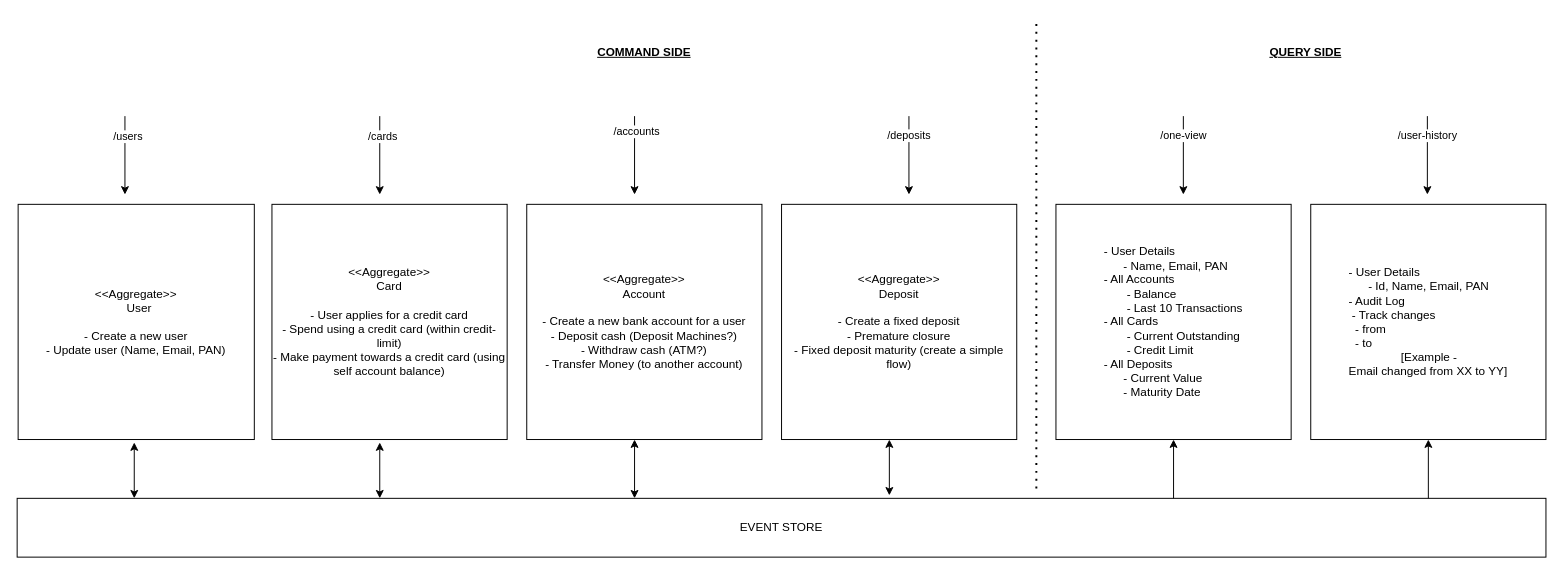
The draw.io diagram flow.drawio in ishansoni22/banking-service, before the edit. Source tidied: cells renumbered, new cells numbered last; positions are measured from the earlier drawing's top-left corner, leaving out a move shared by most shapes. Both pictures are drawn from the tidied source at 98%, with x=0, y=0 at pixel (17, 18).
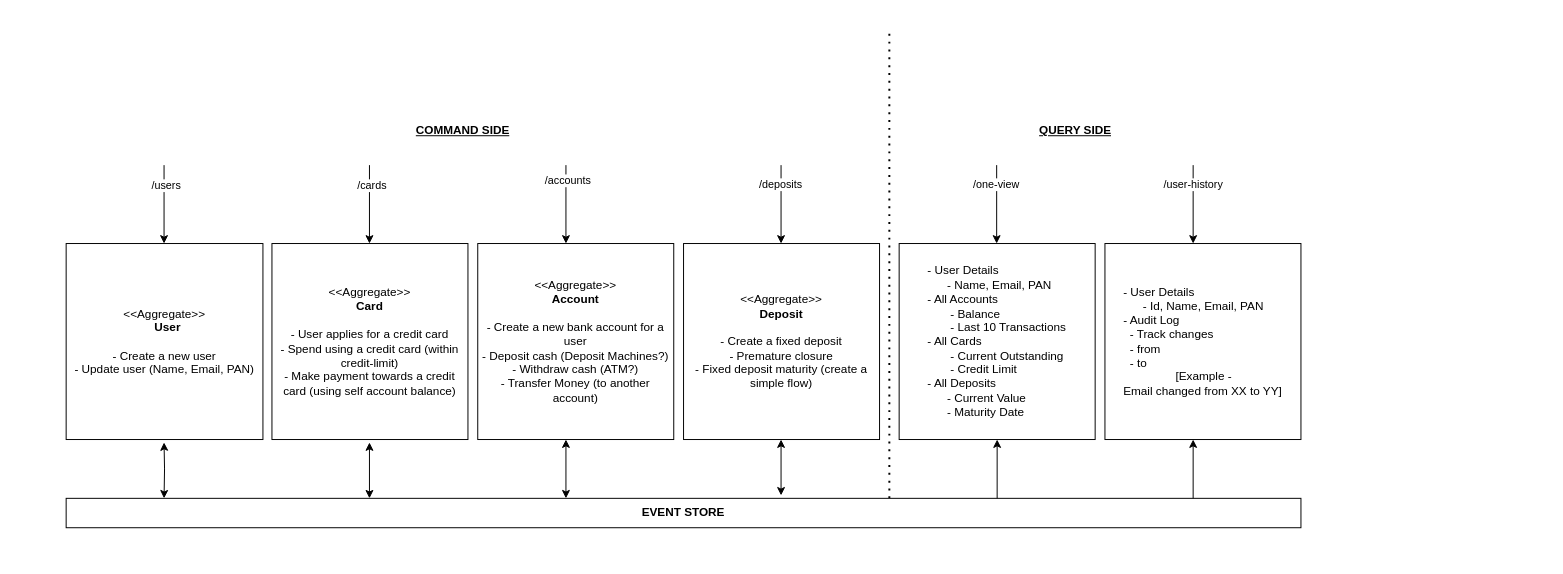
The same page after the edit.

Diff of the diagram source:
```diff
@@
     <mxCell id="2" style="endArrow=none;dashed=1;html=1;dashPattern=1 3;strokeWidth=2;rounded=0;" parent="1" edge="1">
       <mxGeometry relative="1" as="geometry">
-        <mxPoint x="1040" y="480" as="sourcePoint" />
-        <mxPoint x="1040" as="targetPoint" />
+        <mxPoint x="890" y="490" as="sourcePoint" />
+        <mxPoint x="890" y="10" as="targetPoint" />
       </mxGeometry>
     </mxCell>
-    <mxCell id="3" value="&lt;div align=&quot;center&quot;&gt;&amp;lt;&amp;lt;Aggregate&amp;gt;&amp;gt;&lt;/div&gt;&lt;div align=&quot;center&quot;&gt;Card&lt;/div&gt;&lt;div align=&quot;center&quot;&gt;&lt;br&gt;&lt;/div&gt;&lt;div align=&quot;center&quot;&gt;- User applies for a credit card&lt;br&gt;&lt;/div&gt;&lt;div align=&quot;center&quot;&gt;- Spend using a credit card (within credit-limit)&lt;/div&gt;&lt;div align=&quot;center&quot;&gt;- Make payment towards a credit card (using self account balance)&lt;br&gt;&lt;/div&gt;" style="whiteSpace=wrap;html=1;align=center;" parent="1" vertex="1">
-      <mxGeometry x="260" y="190" width="240" height="240" as="geometry" />
+    <mxCell id="3" value="&lt;div align=&quot;center&quot;&gt;&amp;lt;&amp;lt;Aggregate&amp;gt;&amp;gt;&lt;/div&gt;&lt;div align=&quot;center&quot;&gt;&lt;b&gt;Card&lt;/b&gt;&lt;/div&gt;&lt;div align=&quot;center&quot;&gt;&lt;br&gt;&lt;/div&gt;&lt;div align=&quot;center&quot;&gt;- User applies for a credit card&lt;br&gt;&lt;/div&gt;&lt;div align=&quot;center&quot;&gt;- Spend using a credit card (within credit-limit)&lt;/div&gt;&lt;div align=&quot;center&quot;&gt;- Make payment towards a credit card (using self account balance)&lt;br&gt;&lt;/div&gt;" style="whiteSpace=wrap;html=1;align=center;" parent="1" vertex="1">
+      <mxGeometry x="260" y="230" width="200" height="200" as="geometry" />
     </mxCell>
-    <mxCell id="4" value="&lt;div&gt;&amp;lt;&amp;lt;Aggregate&amp;gt;&amp;gt;&lt;/div&gt;&lt;div&gt;Account&lt;br&gt;&lt;/div&gt;&lt;div&gt;&lt;br&gt;&lt;/div&gt;&lt;div&gt;- Create a new bank account for a user&lt;br&gt;&lt;/div&gt;&lt;div&gt;- Deposit cash (Deposit Machines?)&lt;br&gt;&lt;/div&gt;&lt;div&gt;- Withdraw cash (ATM?)&lt;/div&gt;&lt;div&gt;- Transfer Money (to another account)&lt;br&gt;&lt;/div&gt;" style="whiteSpace=wrap;html=1;" parent="1" vertex="1">
-      <mxGeometry x="520" y="190" width="240" height="240" as="geometry" />
+    <mxCell id="4" value="&lt;div&gt;&amp;lt;&amp;lt;Aggregate&amp;gt;&amp;gt;&lt;/div&gt;&lt;div&gt;&lt;b&gt;Account&lt;/b&gt;&lt;br&gt;&lt;/div&gt;&lt;div&gt;&lt;br&gt;&lt;/div&gt;&lt;div&gt;- Create a new bank account for a user&lt;br&gt;&lt;/div&gt;&lt;div&gt;- Deposit cash (Deposit Machines?)&lt;br&gt;&lt;/div&gt;&lt;div&gt;- Withdraw cash (ATM?)&lt;/div&gt;&lt;div&gt;- Transfer Money (to another account)&lt;br&gt;&lt;/div&gt;" style="whiteSpace=wrap;html=1;" parent="1" vertex="1">
+      <mxGeometry x="470" y="230" width="200" height="200" as="geometry" />
     </mxCell>
-    <mxCell id="5" value="&lt;div&gt;&amp;lt;&amp;lt;Aggregate&amp;gt;&amp;gt;&lt;/div&gt;&lt;div&gt;Deposit&lt;br&gt;&lt;/div&gt;&lt;div&gt;&lt;br&gt;&lt;/div&gt;&lt;div&gt;- Create a fixed deposit&lt;br&gt;&lt;/div&gt;&lt;div&gt;- Premature closure&lt;/div&gt;&lt;div&gt;- Fixed deposit maturity (create a simple flow)&lt;br&gt;&lt;/div&gt;" style="whiteSpace=wrap;html=1;" parent="1" vertex="1">
-      <mxGeometry x="780" y="190" width="240" height="240" as="geometry" />
+    <mxCell id="5" value="&lt;div&gt;&amp;lt;&amp;lt;Aggregate&amp;gt;&amp;gt;&lt;/div&gt;&lt;div&gt;&lt;b&gt;Deposit&lt;/b&gt;&lt;br&gt;&lt;/div&gt;&lt;div&gt;&lt;br&gt;&lt;/div&gt;&lt;div&gt;- Create a fixed deposit&lt;br&gt;&lt;/div&gt;&lt;div&gt;- Premature closure&lt;/div&gt;&lt;div&gt;- Fixed deposit maturity (create a simple flow)&lt;br&gt;&lt;/div&gt;" style="whiteSpace=wrap;html=1;" parent="1" vertex="1">
+      <mxGeometry x="680" y="230" width="200" height="200" as="geometry" />
     </mxCell>
     <mxCell id="6" value="&lt;u&gt;COMMAND SIDE&lt;/u&gt;" style="text;html=1;strokeColor=none;fillColor=none;align=center;verticalAlign=middle;whiteSpace=wrap;rounded=0;fontStyle=1;" parent="1" vertex="1">
-      <mxGeometry x="575" y="20" width="130" height="30" as="geometry" />
+      <mxGeometry x="390" y="100" width="130" height="30" as="geometry" />
     </mxCell>
     <mxCell id="7" value="&lt;u&gt;QUERY SIDE&lt;/u&gt;" style="text;html=1;strokeColor=none;fillColor=none;align=center;verticalAlign=middle;whiteSpace=wrap;rounded=0;fontStyle=1;" parent="1" vertex="1">
-      <mxGeometry x="1250" y="20" width="130" height="30" as="geometry" />
+      <mxGeometry x="1015" y="100" width="130" height="30" as="geometry" />
     </mxCell>
     <mxCell id="8" value="&lt;div align=&quot;justify&quot;&gt;&lt;br&gt;&lt;/div&gt;&lt;div align=&quot;justify&quot;&gt;&lt;br&gt;&lt;/div&gt;&lt;div align=&quot;justify&quot;&gt;&lt;br&gt;&lt;/div&gt;&lt;div align=&quot;justify&quot;&gt;- User Details&lt;/div&gt;&lt;div align=&quot;justify&quot;&gt;&amp;nbsp;&amp;nbsp;&amp;nbsp;&amp;nbsp;&amp;nbsp; - Name, Email, PAN&lt;br&gt;&lt;/div&gt;&lt;div align=&quot;justify&quot;&gt;- All Accounts&lt;/div&gt;&lt;div align=&quot;justify&quot;&gt;&amp;nbsp;&amp;nbsp;&amp;nbsp;&amp;nbsp;&amp;nbsp;&amp;nbsp; - Balance&lt;/div&gt;&lt;div align=&quot;justify&quot;&gt;&amp;nbsp;&amp;nbsp;&amp;nbsp;&amp;nbsp;&amp;nbsp;&amp;nbsp; - Last 10 Transactions&lt;/div&gt;&lt;div align=&quot;justify&quot;&gt;- All Cards&lt;/div&gt;&lt;div align=&quot;justify&quot;&gt;&amp;nbsp;&amp;nbsp;&amp;nbsp;&amp;nbsp;&amp;nbsp;&amp;nbsp; - Current Outstanding&lt;/div&gt;&lt;div align=&quot;justify&quot;&gt;&amp;nbsp;&amp;nbsp;&amp;nbsp;&amp;nbsp;&amp;nbsp;&amp;nbsp; - Credit Limit&lt;/div&gt;&lt;div align=&quot;justify&quot;&gt;- All Deposits&lt;/div&gt;&lt;div align=&quot;justify&quot;&gt;&amp;nbsp;&amp;nbsp;&amp;nbsp;&amp;nbsp;&amp;nbsp; - Current Value&lt;/div&gt;&lt;div align=&quot;justify&quot;&gt;&amp;nbsp;&amp;nbsp;&amp;nbsp;&amp;nbsp;&amp;nbsp; - Maturity Date&lt;br&gt;&lt;/div&gt;&lt;div align=&quot;justify&quot;&gt;&lt;br&gt;&lt;/div&gt;&lt;div align=&quot;justify&quot;&gt;&lt;br&gt;&lt;/div&gt;&lt;div align=&quot;justify&quot;&gt;&lt;br&gt;&lt;/div&gt;" style="whiteSpace=wrap;html=1;" parent="1" vertex="1">
-      <mxGeometry x="1060" y="190" width="240" height="240" as="geometry" />
+      <mxGeometry x="900" y="230" width="200" height="200" as="geometry" />
     </mxCell>
     <mxCell id="9" style="endArrow=classic;html=1;rounded=0;" parent="1" edge="1">
       <mxGeometry relative="1" as="geometry">
-        <mxPoint x="370" y="100" as="sourcePoint" />
-        <mxPoint x="370" y="180" as="targetPoint" />
+        <mxPoint x="359.5" y="150" as="sourcePoint" />
+        <mxPoint x="359.5" y="230" as="targetPoint" />
       </mxGeometry>
     </mxCell>
@@
     <mxCell id="11" style="endArrow=classic;html=1;rounded=0;" parent="1" edge="1">
       <mxGeometry relative="1" as="geometry">
-        <mxPoint x="630" y="100" as="sourcePoint" />
-        <mxPoint x="630" y="180" as="targetPoint" />
+        <mxPoint x="560" y="150" as="sourcePoint" />
+        <mxPoint x="560" y="230" as="targetPoint" />
       </mxGeometry>
     </mxCell>
@@
     <mxCell id="13" style="endArrow=classic;html=1;rounded=0;" parent="1" edge="1">
       <mxGeometry relative="1" as="geometry">
-        <mxPoint x="910" y="100" as="sourcePoint" />
-        <mxPoint x="910" y="180" as="targetPoint" />
+        <mxPoint x="779.5" y="150" as="sourcePoint" />
+        <mxPoint x="779.5" y="230" as="targetPoint" />
       </mxGeometry>
     </mxCell>
@@
-    <mxCell id="15" value="EVENT STORE" style="rounded=0;whiteSpace=wrap;html=1;" parent="1" vertex="1">
-      <mxGeometry y="490" width="1560" height="60" as="geometry" />
+    <mxCell id="15" value="&lt;b&gt;EVENT STORE&lt;/b&gt;" style="rounded=0;whiteSpace=wrap;html=1;" parent="1" vertex="1">
+      <mxGeometry x="50" y="490" width="1260" height="30" as="geometry" />
     </mxCell>
     <mxCell id="16" style="endArrow=classic;startArrow=classic;html=1;rounded=0;" parent="1" edge="1">
       <mxGeometry relative="1" as="geometry">
-        <mxPoint x="370" y="490" as="sourcePoint" />
-        <mxPoint x="370" y="433" as="targetPoint" />
+        <mxPoint x="359.5" y="490" as="sourcePoint" />
+        <mxPoint x="359.5" y="433" as="targetPoint" />
       </mxGeometry>
     </mxCell>
     <mxCell id="17" style="endArrow=classic;startArrow=classic;html=1;rounded=0;" parent="1" edge="1">
       <mxGeometry relative="1" as="geometry">
-        <mxPoint x="630" y="490" as="sourcePoint" />
-        <mxPoint x="630" y="430" as="targetPoint" />
+        <mxPoint x="560" y="490" as="sourcePoint" />
+        <mxPoint x="560" y="430" as="targetPoint" />
       </mxGeometry>
     </mxCell>
     <mxCell id="18" style="endArrow=classic;startArrow=classic;html=1;rounded=0;" parent="1" edge="1">
       <mxGeometry relative="1" as="geometry">
-        <mxPoint x="890" y="487" as="sourcePoint" />
-        <mxPoint x="890" y="430" as="targetPoint" />
+        <mxPoint x="779.5" y="487" as="sourcePoint" />
+        <mxPoint x="779.5" y="430" as="targetPoint" />
       </mxGeometry>
     </mxCell>
     <mxCell id="19" style="endArrow=classic;html=1;rounded=0;" parent="1" edge="1">
       <mxGeometry relative="1" as="geometry">
-        <mxPoint x="1190" y="100" as="sourcePoint" />
-        <mxPoint x="1190" y="180" as="targetPoint" />
+        <mxPoint x="999.5" y="150" as="sourcePoint" />
+        <mxPoint x="999.5" y="230" as="targetPoint" />
       </mxGeometry>
     </mxCell>
@@
     <mxCell id="21" style="endArrow=classic;html=1;rounded=0;entryX=0.5;entryY=1;entryDx=0;entryDy=0;" parent="1" edge="1" target="8">
       <mxGeometry relative="1" as="geometry">
-        <mxPoint x="1180" y="490" as="sourcePoint" />
+        <mxPoint x="1000" y="490" as="sourcePoint" />
       </mxGeometry>
     </mxCell>
-    <mxCell id="22" value="&lt;div align=&quot;center&quot;&gt;&amp;lt;&amp;lt;Aggregate&amp;gt;&amp;gt;&lt;br&gt;&amp;nbsp; User&lt;br&gt;&lt;/div&gt;&lt;div align=&quot;center&quot;&gt;&lt;br&gt;&lt;/div&gt;&lt;div align=&quot;center&quot;&gt;- Create a new user&lt;br&gt;&lt;/div&gt;&lt;div align=&quot;center&quot;&gt;- Update user (Name, Email, PAN)&lt;br&gt;&lt;/div&gt;" style="whiteSpace=wrap;html=1;align=center;" parent="1" vertex="1">
-      <mxGeometry x="1" y="190" width="241" height="240" as="geometry" />
+    <mxCell id="22" value="&lt;div align=&quot;center&quot;&gt;&amp;lt;&amp;lt;Aggregate&amp;gt;&amp;gt;&lt;br&gt;&amp;nbsp; &lt;b&gt;User&lt;/b&gt;&lt;br&gt;&lt;/div&gt;&lt;div align=&quot;center&quot;&gt;&lt;br&gt;&lt;/div&gt;&lt;div align=&quot;center&quot;&gt;- Create a new user&lt;br&gt;&lt;/div&gt;&lt;div align=&quot;center&quot;&gt;- Update user (Name, Email, PAN)&lt;br&gt;&lt;/div&gt;" style="whiteSpace=wrap;html=1;align=center;" parent="1" vertex="1">
+      <mxGeometry x="50" y="230" width="200.8" height="200" as="geometry" />
     </mxCell>
     <mxCell id="23" style="endArrow=classic;startArrow=classic;html=1;rounded=0;" parent="1" edge="1">
       <mxGeometry relative="1" as="geometry">
-        <mxPoint x="119.5" y="490" as="sourcePoint" />
-        <mxPoint x="119.5" y="433" as="targetPoint" />
+        <mxPoint x="149.9" y="490" as="sourcePoint" />
+        <mxPoint x="149.9" y="433" as="targetPoint" />
+        <Array as="points">
+          <mxPoint x="150.4" y="460" />
+        </Array>
       </mxGeometry>
     </mxCell>
     <mxCell id="24" style="endArrow=classic;html=1;rounded=0;" parent="1" edge="1">
       <mxGeometry relative="1" as="geometry">
-        <mxPoint x="110" y="100" as="sourcePoint" />
-        <mxPoint x="110" y="180" as="targetPoint" />
+        <mxPoint x="149.9" y="150" as="sourcePoint" />
+        <mxPoint x="149.9" y="230" as="targetPoint" />
       </mxGeometry>
     </mxCell>
@@
-    <mxCell id="26" value="&lt;div align=&quot;justify&quot;&gt;&lt;br&gt;&lt;/div&gt;&lt;div align=&quot;justify&quot;&gt;&lt;br&gt;&lt;/div&gt;&lt;div align=&quot;justify&quot;&gt;&lt;br&gt;&lt;/div&gt;&lt;div align=&quot;justify&quot;&gt;- User Details&lt;/div&gt;&lt;div align=&quot;justify&quot;&gt;&amp;nbsp;&amp;nbsp;&amp;nbsp;&amp;nbsp;&amp;nbsp; - Id, Name, Email, PAN&lt;br&gt;&lt;/div&gt;&lt;div align=&quot;justify&quot;&gt;- Audit Log&lt;/div&gt;&lt;div align=&quot;justify&quot;&gt;&lt;span style=&quot;white-space: pre;&quot;&gt; &lt;/span&gt;- Track changes&lt;/div&gt;&lt;div align=&quot;justify&quot;&gt;&lt;span style=&quot;white-space: pre;&quot;&gt; &lt;/span&gt;&lt;span style=&quot;white-space: pre;&quot;&gt; &lt;/span&gt;- from&lt;/div&gt;&lt;div align=&quot;justify&quot;&gt;&lt;span style=&quot;white-space: pre;&quot;&gt; &lt;/span&gt;&lt;span style=&quot;white-space: pre;&quot;&gt; &lt;/span&gt;- to&lt;/div&gt;&lt;div align=&quot;justify&quot;&gt;&amp;nbsp;&amp;nbsp;&amp;nbsp;&amp;nbsp;&amp;nbsp;&amp;nbsp;&amp;nbsp;&amp;nbsp;&amp;nbsp;&amp;nbsp;&amp;nbsp;&amp;nbsp;&amp;nbsp;&amp;nbsp;&amp;nbsp; [Example - &lt;br&gt;&lt;/div&gt;&lt;div align=&quot;justify&quot;&gt;Email changed from XX to YY]&lt;br&gt;&lt;/div&gt;&lt;div align=&quot;justify&quot;&gt;&lt;br&gt;&lt;/div&gt;&lt;div align=&quot;justify&quot;&gt;&lt;br&gt;&lt;/div&gt;&lt;div align=&quot;justify&quot;&gt;&lt;br&gt;&lt;/div&gt;" style="whiteSpace=wrap;html=1;" parent="1" vertex="1">
-      <mxGeometry x="1320" y="190" width="240" height="240" as="geometry" />
+    <mxCell id="26" value="&lt;div align=&quot;justify&quot;&gt;&lt;br&gt;&lt;/div&gt;&lt;div align=&quot;justify&quot;&gt;&lt;br&gt;&lt;/div&gt;&lt;div align=&quot;justify&quot;&gt;&lt;br&gt;&lt;/div&gt;&lt;div align=&quot;justify&quot;&gt;- User Details&lt;/div&gt;&lt;div align=&quot;justify&quot;&gt;&amp;nbsp;&amp;nbsp;&amp;nbsp;&amp;nbsp;&amp;nbsp; - Id, Name, Email, PAN&lt;br&gt;&lt;/div&gt;&lt;div align=&quot;justify&quot;&gt;- Audit Log&lt;/div&gt;&lt;div align=&quot;justify&quot;&gt;&lt;span style=&quot;white-space: pre;&quot;&gt; &lt;/span&gt; - Track changes&lt;/div&gt;&lt;div align=&quot;justify&quot;&gt;&lt;span style=&quot;white-space: pre;&quot;&gt; &lt;/span&gt;&lt;span style=&quot;white-space: pre;&quot;&gt; &lt;/span&gt;- from&lt;/div&gt;&lt;div align=&quot;justify&quot;&gt;&lt;span style=&quot;white-space: pre;&quot;&gt; &lt;/span&gt;&lt;span style=&quot;white-space: pre;&quot;&gt; &lt;/span&gt;- to&lt;/div&gt;&lt;div align=&quot;justify&quot;&gt;&amp;nbsp;&amp;nbsp;&amp;nbsp;&amp;nbsp;&amp;nbsp;&amp;nbsp;&amp;nbsp;&amp;nbsp;&amp;nbsp;&amp;nbsp;&amp;nbsp;&amp;nbsp;&amp;nbsp;&amp;nbsp;&amp;nbsp; [Example - &lt;br&gt;&lt;/div&gt;&lt;div align=&quot;justify&quot;&gt;Email changed from XX to YY]&lt;br&gt;&lt;/div&gt;&lt;div align=&quot;justify&quot;&gt;&lt;br&gt;&lt;/div&gt;&lt;div align=&quot;justify&quot;&gt;&lt;br&gt;&lt;/div&gt;&lt;div align=&quot;justify&quot;&gt;&lt;br&gt;&lt;/div&gt;" style="whiteSpace=wrap;html=1;" parent="1" vertex="1">
+      <mxGeometry x="1110" y="230" width="200" height="200" as="geometry" />
     </mxCell>
     <mxCell id="27" style="endArrow=classic;html=1;rounded=0;entryX=0.5;entryY=1;entryDx=0;entryDy=0;" parent="1" edge="1">
       <mxGeometry relative="1" as="geometry">
-        <mxPoint x="1440" y="490" as="sourcePoint" />
-        <mxPoint x="1440" y="430" as="targetPoint" />
+        <mxPoint x="1200" y="490" as="sourcePoint" />
+        <mxPoint x="1200" y="430" as="targetPoint" />
       </mxGeometry>
     </mxCell>
     <mxCell id="28" style="endArrow=classic;html=1;rounded=0;" parent="1" edge="1">
       <mxGeometry relative="1" as="geometry">
-        <mxPoint x="1439" y="100" as="sourcePoint" />
-        <mxPoint x="1439" y="180" as="targetPoint" />
+        <mxPoint x="1200" y="150" as="sourcePoint" />
+        <mxPoint x="1200" y="230" as="targetPoint" />
       </mxGeometry>
     </mxCell>
```
